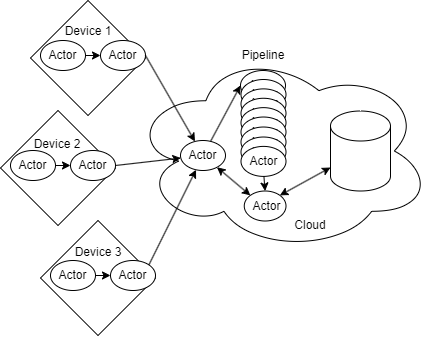
Before: images/iotActorExample1.png, a diagram exported from draw.io (thebaconfate/bachelorproef-report). Source tidied: cells renumbered, new cells last; positions are measured from the earlier drawing's top-left corner, leaving out a move shared by most shapes. Its diagram source:
```xml
<mxGraphModel>
  <root>
    <mxCell id="0" />
    <mxCell id="1" parent="0" />
    <mxCell id="2" style="group;" parent="1" vertex="1">
      <mxGeometry x="50" y="260" width="120" height="80" as="geometry" />
    </mxCell>
    <mxCell id="3" style="rhombus;whiteSpace=wrap;html=1;" parent="2" vertex="1">
      <mxGeometry x="-10" y="-40" width="115" height="115" as="geometry" />
    </mxCell>
    <mxCell id="4" style="ellipse;whiteSpace=wrap;html=1;" parent="2" vertex="1">
      <mxGeometry width="45" height="30" as="geometry" />
    </mxCell>
    <mxCell id="5" value="Actor" style="text;html=1;strokeColor=none;fillColor=none;align=center;verticalAlign=middle;whiteSpace=wrap;rounded=0;" parent="2" vertex="1">
      <mxGeometry x="11.2" y="9.4" width="22.5" height="11.2" as="geometry" />
    </mxCell>
    <mxCell id="6" value="Device 3" style="text;html=1;strokeColor=none;fillColor=none;align=center;verticalAlign=middle;whiteSpace=wrap;rounded=0;" parent="2" vertex="1">
      <mxGeometry x="18" y="-23" width="60" height="30" as="geometry" />
    </mxCell>
    <mxCell id="7" style="ellipse;shape=cloud;whiteSpace=wrap;html=1;" parent="1" vertex="1">
      <mxGeometry x="130" y="50" width="301.5" height="201" as="geometry" />
    </mxCell>
    <mxCell id="8" style="group;" parent="1" vertex="1">
      <mxGeometry x="110" y="260" width="45" height="30" as="geometry" />
    </mxCell>
    <mxCell id="9" style="ellipse;whiteSpace=wrap;html=1;" parent="8" vertex="1">
      <mxGeometry width="45" height="30" as="geometry" />
    </mxCell>
    <mxCell id="10" value="Actor" style="text;html=1;strokeColor=none;fillColor=none;align=center;verticalAlign=middle;whiteSpace=wrap;rounded=0;" parent="8" vertex="1">
      <mxGeometry x="11.2" y="9.4" width="22.5" height="11.2" as="geometry" />
    </mxCell>
    <mxCell id="11" style="edgeStyle=none;html=1;exitX=1;exitY=0.5;exitDx=0;exitDy=0;entryX=0;entryY=0.5;entryDx=0;entryDy=0;" parent="1" edge="1" source="4" target="9">
      <mxGeometry relative="1" as="geometry" />
    </mxCell>
    <mxCell id="12" style="group;" parent="1" vertex="1">
      <mxGeometry x="180" y="140" width="45" height="30" as="geometry" />
    </mxCell>
    <mxCell id="13" style="ellipse;whiteSpace=wrap;html=1;" parent="12" vertex="1">
      <mxGeometry width="45" height="30" as="geometry" />
    </mxCell>
    <mxCell id="14" value="Actor" style="text;html=1;strokeColor=none;fillColor=none;align=center;verticalAlign=middle;whiteSpace=wrap;rounded=0;" parent="12" vertex="1">
      <mxGeometry x="11.2" y="9.4" width="22.5" height="11.2" as="geometry" />
    </mxCell>
    <mxCell id="15" style="group;" parent="1" vertex="1">
      <mxGeometry x="240" y="70" width="45" height="30" as="geometry" />
    </mxCell>
    <mxCell id="16" style="ellipse;whiteSpace=wrap;html=1;" parent="15" vertex="1">
      <mxGeometry width="45" height="30" as="geometry" />
    </mxCell>
    <mxCell id="17" value="Actor" style="text;html=1;strokeColor=none;fillColor=none;align=center;verticalAlign=middle;whiteSpace=wrap;rounded=0;" parent="15" vertex="1">
      <mxGeometry x="11.2" y="9.4" width="22.5" height="11.2" as="geometry" />
    </mxCell>
    <mxCell id="18" style="edgeStyle=none;html=1;entryX=0;entryY=0.5;entryDx=0;entryDy=0;" parent="1" edge="1" source="13" target="16">
      <mxGeometry relative="1" as="geometry" />
    </mxCell>
    <mxCell id="19" style="group;" parent="1" vertex="1">
      <mxGeometry x="240.5" y="79" width="45" height="96.9" as="geometry" />
    </mxCell>
    <mxCell id="20" style="ellipse;whiteSpace=wrap;html=1;" parent="19" vertex="1">
      <mxGeometry width="45" height="30" as="geometry" />
    </mxCell>
    <mxCell id="21" value="Actor" style="text;html=1;strokeColor=none;fillColor=none;align=center;verticalAlign=middle;whiteSpace=wrap;rounded=0;" parent="19" vertex="1">
      <mxGeometry x="11.2" y="9.4" width="22.5" height="11.2" as="geometry" />
    </mxCell>
    <mxCell id="22" style="group;" parent="19" vertex="1">
      <mxGeometry y="9.4" width="45" height="87.5" as="geometry" />
    </mxCell>
    <mxCell id="23" style="ellipse;whiteSpace=wrap;html=1;" parent="22" vertex="1">
      <mxGeometry width="45" height="30" as="geometry" />
    </mxCell>
    <mxCell id="24" value="Actor" style="text;html=1;strokeColor=none;fillColor=none;align=center;verticalAlign=middle;whiteSpace=wrap;rounded=0;" parent="22" vertex="1">
      <mxGeometry x="11.2" y="9.4" width="22.5" height="11.2" as="geometry" />
    </mxCell>
    <mxCell id="25" style="group;" parent="22" vertex="1">
      <mxGeometry y="9.4" width="45" height="78.1" as="geometry" />
    </mxCell>
    <mxCell id="26" style="ellipse;whiteSpace=wrap;html=1;" parent="25" vertex="1">
      <mxGeometry width="45" height="30" as="geometry" />
    </mxCell>
    <mxCell id="27" value="Actor" style="text;html=1;strokeColor=none;fillColor=none;align=center;verticalAlign=middle;whiteSpace=wrap;rounded=0;" parent="25" vertex="1">
      <mxGeometry x="11.2" y="9.4" width="22.5" height="11.2" as="geometry" />
    </mxCell>
    <mxCell id="28" style="group;" parent="25" vertex="1">
      <mxGeometry y="9.4" width="45" height="68.8" as="geometry" />
    </mxCell>
    <mxCell id="29" style="ellipse;whiteSpace=wrap;html=1;" parent="28" vertex="1">
      <mxGeometry width="45" height="30" as="geometry" />
    </mxCell>
    <mxCell id="30" value="Actor" style="text;html=1;strokeColor=none;fillColor=none;align=center;verticalAlign=middle;whiteSpace=wrap;rounded=0;" parent="28" vertex="1">
      <mxGeometry x="11.2" y="9.4" width="22.5" height="11.2" as="geometry" />
    </mxCell>
    <mxCell id="31" style="group;" parent="28" vertex="1">
      <mxGeometry y="9.4" width="45" height="30" as="geometry" />
    </mxCell>
    <mxCell id="32" style="ellipse;whiteSpace=wrap;html=1;" parent="31" vertex="1">
      <mxGeometry width="45" height="30" as="geometry" />
    </mxCell>
    <mxCell id="33" value="Actor" style="text;html=1;strokeColor=none;fillColor=none;align=center;verticalAlign=middle;whiteSpace=wrap;rounded=0;" parent="31" vertex="1">
      <mxGeometry x="11.2" y="9.4" width="22.5" height="11.2" as="geometry" />
    </mxCell>
    <mxCell id="34" style="group;" parent="28" vertex="1">
      <mxGeometry y="19.4" width="45" height="30" as="geometry" />
    </mxCell>
    <mxCell id="35" style="ellipse;whiteSpace=wrap;html=1;" parent="34" vertex="1">
      <mxGeometry width="45" height="30" as="geometry" />
    </mxCell>
    <mxCell id="36" value="Actor" style="text;html=1;strokeColor=none;fillColor=none;align=center;verticalAlign=middle;whiteSpace=wrap;rounded=0;" parent="34" vertex="1">
      <mxGeometry x="11.2" y="9.4" width="22.5" height="11.2" as="geometry" />
    </mxCell>
    <mxCell id="37" style="group;" parent="28" vertex="1">
      <mxGeometry y="29.4" width="45" height="39.4" as="geometry" />
    </mxCell>
    <mxCell id="38" style="ellipse;whiteSpace=wrap;html=1;" parent="37" vertex="1">
      <mxGeometry width="45" height="30" as="geometry" />
    </mxCell>
    <mxCell id="39" value="Actor" style="text;html=1;strokeColor=none;fillColor=none;align=center;verticalAlign=middle;whiteSpace=wrap;rounded=0;" parent="37" vertex="1">
      <mxGeometry x="11.2" y="9.4" width="22.5" height="11.2" as="geometry" />
    </mxCell>
    <mxCell id="40" style="group;" parent="37" vertex="1">
      <mxGeometry y="9.4" width="45" height="30" as="geometry" />
    </mxCell>
    <mxCell id="41" style="ellipse;whiteSpace=wrap;html=1;" parent="40" vertex="1">
      <mxGeometry width="45" height="30" as="geometry" />
    </mxCell>
    <mxCell id="42" value="Actor" style="text;html=1;strokeColor=none;fillColor=none;align=center;verticalAlign=middle;whiteSpace=wrap;rounded=0;" parent="40" vertex="1">
      <mxGeometry x="11.2" y="9.4" width="22.5" height="11.2" as="geometry" />
    </mxCell>
    <mxCell id="43" style="group;" parent="1" vertex="1">
      <mxGeometry x="243.8" y="190.5" width="41.8" height="30" as="geometry" />
    </mxCell>
    <mxCell id="44" style="ellipse;whiteSpace=wrap;html=1;" parent="43" vertex="1">
      <mxGeometry width="41.8" height="30" as="geometry" />
    </mxCell>
    <mxCell id="45" value="Actor" style="text;html=1;strokeColor=none;fillColor=none;align=center;verticalAlign=middle;whiteSpace=wrap;rounded=0;" parent="43" vertex="1">
      <mxGeometry x="11.2" y="9.4" width="22.5" height="11.2" as="geometry" />
    </mxCell>
    <mxCell id="46" style="shape=cylinder3;whiteSpace=wrap;html=1;boundedLbl=1;backgroundOutline=1;size=15;" parent="1" vertex="1">
      <mxGeometry x="330" y="110.5" width="60" height="80" as="geometry" />
    </mxCell>
    <mxCell id="47" style="edgeStyle=none;html=1;exitX=1;exitY=0;exitDx=0;exitDy=0;strokeColor=default;startArrow=classic;startFill=1;" parent="1" edge="1" source="44" target="46">
      <mxGeometry relative="1" as="geometry" />
    </mxCell>
    <mxCell id="48" style="edgeStyle=none;html=1;entryX=0;entryY=0;entryDx=0;entryDy=0;strokeColor=default;startArrow=classic;startFill=1;" parent="1" edge="1" source="13" target="44">
      <mxGeometry relative="1" as="geometry" />
    </mxCell>
    <mxCell id="49" style="edgeStyle=none;html=1;exitX=1;exitY=0;exitDx=0;exitDy=0;strokeColor=default;startArrow=none;startFill=0;" parent="1" edge="1" source="9" target="13">
      <mxGeometry relative="1" as="geometry" />
    </mxCell>
    <mxCell id="50" style="edgeStyle=none;html=1;exitX=0.5;exitY=0;exitDx=0;exitDy=0;strokeColor=default;startArrow=classic;startFill=1;endArrow=none;endFill=0;" parent="1" edge="1" source="44" target="41">
      <mxGeometry relative="1" as="geometry" />
    </mxCell>
    <mxCell id="51" style="group;" parent="1" vertex="1">
      <mxGeometry x="10" y="150" width="120" height="80" as="geometry" />
    </mxCell>
    <mxCell id="52" style="rhombus;whiteSpace=wrap;html=1;" parent="51" vertex="1">
      <mxGeometry x="-10" y="-40" width="115" height="115" as="geometry" />
    </mxCell>
    <mxCell id="53" style="ellipse;whiteSpace=wrap;html=1;" parent="51" vertex="1">
      <mxGeometry width="45" height="30" as="geometry" />
    </mxCell>
    <mxCell id="54" value="Actor" style="text;html=1;strokeColor=none;fillColor=none;align=center;verticalAlign=middle;whiteSpace=wrap;rounded=0;" parent="51" vertex="1">
      <mxGeometry x="11.2" y="9.4" width="22.5" height="11.2" as="geometry" />
    </mxCell>
    <mxCell id="55" value="Device 2" style="text;html=1;strokeColor=none;fillColor=none;align=center;verticalAlign=middle;whiteSpace=wrap;rounded=0;" parent="51" vertex="1">
      <mxGeometry x="17.5" y="-20.6" width="60" height="30" as="geometry" />
    </mxCell>
    <mxCell id="56" style="group;" parent="1" vertex="1">
      <mxGeometry x="70" y="150" width="45" height="30" as="geometry" />
    </mxCell>
    <mxCell id="57" style="ellipse;whiteSpace=wrap;html=1;" parent="56" vertex="1">
      <mxGeometry width="45" height="30" as="geometry" />
    </mxCell>
    <mxCell id="58" value="Actor" style="text;html=1;strokeColor=none;fillColor=none;align=center;verticalAlign=middle;whiteSpace=wrap;rounded=0;" parent="56" vertex="1">
      <mxGeometry x="11.2" y="9.4" width="22.5" height="11.2" as="geometry" />
    </mxCell>
    <mxCell id="59" style="edgeStyle=none;html=1;exitX=1;exitY=0.5;exitDx=0;exitDy=0;entryX=0;entryY=0.5;entryDx=0;entryDy=0;" parent="1" edge="1" source="53" target="57">
      <mxGeometry relative="1" as="geometry" />
    </mxCell>
    <mxCell id="60" style="group;" parent="1" vertex="1">
      <mxGeometry x="40" y="40" width="120" height="80" as="geometry" />
    </mxCell>
    <mxCell id="61" style="rhombus;whiteSpace=wrap;html=1;" parent="60" vertex="1">
      <mxGeometry x="-10" y="-40" width="115" height="115" as="geometry" />
    </mxCell>
    <mxCell id="62" style="ellipse;whiteSpace=wrap;html=1;" parent="60" vertex="1">
      <mxGeometry width="45" height="30" as="geometry" />
    </mxCell>
    <mxCell id="63" value="Actor" style="text;html=1;strokeColor=none;fillColor=none;align=center;verticalAlign=middle;whiteSpace=wrap;rounded=0;" parent="60" vertex="1">
      <mxGeometry x="11.2" y="9.4" width="22.5" height="11.2" as="geometry" />
    </mxCell>
    <mxCell id="64" value="Device 1" style="text;html=1;strokeColor=none;fillColor=none;align=center;verticalAlign=middle;whiteSpace=wrap;rounded=0;" parent="60" vertex="1">
      <mxGeometry x="17.5" y="-24" width="60" height="30" as="geometry" />
    </mxCell>
    <mxCell id="65" style="group;" parent="1" vertex="1">
      <mxGeometry x="100" y="40" width="45" height="30" as="geometry" />
    </mxCell>
    <mxCell id="66" style="ellipse;whiteSpace=wrap;html=1;" parent="65" vertex="1">
      <mxGeometry width="45" height="30" as="geometry" />
    </mxCell>
    <mxCell id="67" value="Actor" style="text;html=1;strokeColor=none;fillColor=none;align=center;verticalAlign=middle;whiteSpace=wrap;rounded=0;" parent="65" vertex="1">
      <mxGeometry x="11.2" y="9.4" width="22.5" height="11.2" as="geometry" />
    </mxCell>
    <mxCell id="68" style="edgeStyle=none;html=1;exitX=1;exitY=0.5;exitDx=0;exitDy=0;entryX=0;entryY=0.5;entryDx=0;entryDy=0;" parent="1" edge="1" source="62" target="66">
      <mxGeometry relative="1" as="geometry" />
    </mxCell>
    <mxCell id="69" style="edgeStyle=none;html=1;exitX=1;exitY=0.5;exitDx=0;exitDy=0;strokeColor=default;startArrow=none;startFill=0;endArrow=classic;endFill=1;" parent="1" edge="1" source="57" target="13">
      <mxGeometry relative="1" as="geometry" />
    </mxCell>
    <mxCell id="70" style="edgeStyle=none;html=1;exitX=1;exitY=0.5;exitDx=0;exitDy=0;strokeColor=default;startArrow=none;startFill=0;endArrow=classic;endFill=1;" parent="1" edge="1" source="66" target="13">
      <mxGeometry relative="1" as="geometry" />
    </mxCell>
    <mxCell id="71" value="Cloud" style="text;html=1;strokeColor=none;fillColor=none;align=center;verticalAlign=middle;whiteSpace=wrap;rounded=0;" parent="1" vertex="1">
      <mxGeometry x="280" y="210" width="60" height="30" as="geometry" />
    </mxCell>
    <mxCell id="72" value="Pipeline" style="text;html=1;strokeColor=none;fillColor=none;align=center;verticalAlign=middle;whiteSpace=wrap;rounded=0;rotation=0;" parent="1" vertex="1">
      <mxGeometry x="233" y="40" width="60" height="30" as="geometry" />
    </mxCell>
  </root>
</mxGraphModel>
```
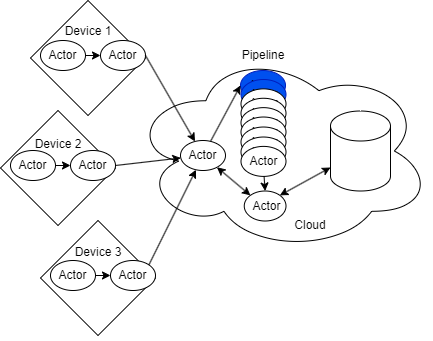
The same diagram one commit later.

Diff of the diagram source:
```diff
@@ -44,7 +44,7 @@
     <mxCell id="15" style="group;" parent="1" vertex="1">
       <mxGeometry x="240" y="70" width="45" height="30" as="geometry" />
     </mxCell>
-    <mxCell id="16" style="ellipse;whiteSpace=wrap;html=1;" parent="15" vertex="1">
+    <mxCell id="16" style="ellipse;whiteSpace=wrap;html=1;fillColor=#0050ef;fontColor=#ffffff;strokeColor=#001DBC;" parent="15" vertex="1">
       <mxGeometry width="45" height="30" as="geometry" />
     </mxCell>
     <mxCell id="17" value="Actor" style="text;html=1;strokeColor=none;fillColor=none;align=center;verticalAlign=middle;whiteSpace=wrap;rounded=0;" parent="15" vertex="1">
@@ -56,7 +56,7 @@
     <mxCell id="19" style="group;" parent="1" vertex="1">
       <mxGeometry x="240.5" y="79" width="45" height="96.9" as="geometry" />
     </mxCell>
-    <mxCell id="20" style="ellipse;whiteSpace=wrap;html=1;" parent="19" vertex="1">
+    <mxCell id="20" style="ellipse;whiteSpace=wrap;html=1;fillColor=#0050ef;fontColor=#ffffff;strokeColor=#001DBC;" parent="19" vertex="1">
       <mxGeometry width="45" height="30" as="geometry" />
     </mxCell>
     <mxCell id="21" value="Actor" style="text;html=1;strokeColor=none;fillColor=none;align=center;verticalAlign=middle;whiteSpace=wrap;rounded=0;" parent="19" vertex="1">
```
